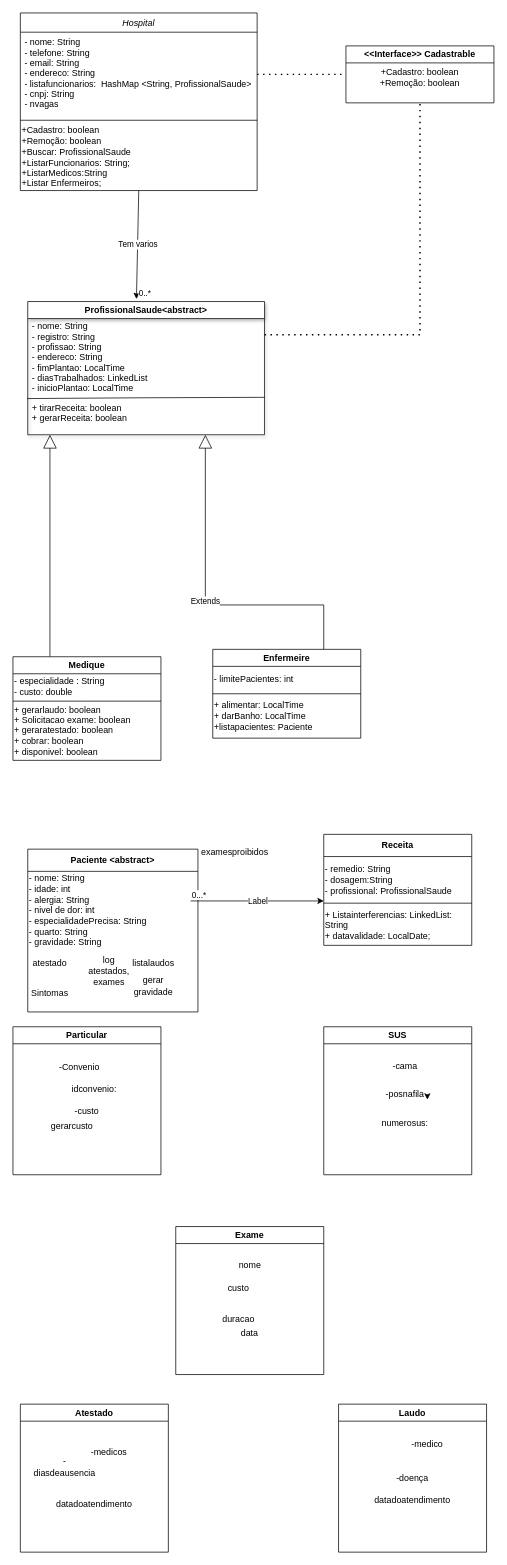
Above: Diagrama sem nome.drawio in Patricio-Andre/Trabalho-Final-MC322 (draw.io), before the change. Source tidied: cells renumbered, new cells numbered last; positions are measured from the earlier drawing's top-left corner, leaving out a move shared by most shapes. Both pictures are drawn from the tidied source at 74%, with x=0, y=0 at pixel (13, 13).
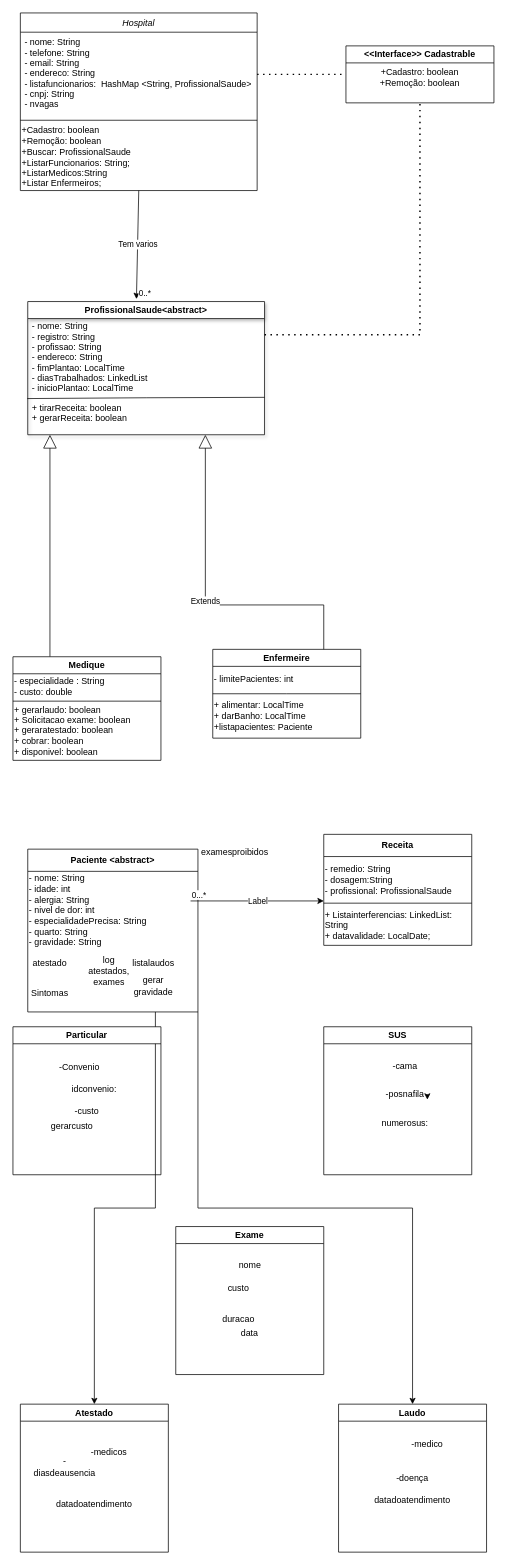
The same diagram, later.

The change refers to these unchanged cells:
```xml
<mxCell id="27" value="Paciente &amp;lt;abstract&amp;gt;" style="swimlane;whiteSpace=wrap;html=1;startSize=30;" parent="1" vertex="1">
  <mxGeometry x="20" y="1130" width="230" height="220" as="geometry" />
</mxCell>
<mxCell id="52" value="Atestado" style="swimlane;whiteSpace=wrap;html=1;" parent="1" vertex="1">
  <mxGeometry x="10" y="1880" width="200" height="200" as="geometry" />
</mxCell>
<mxCell id="56" value="Laudo" style="swimlane;whiteSpace=wrap;html=1;" parent="1" vertex="1">
  <mxGeometry x="440" y="1880" width="200" height="200" as="geometry" />
</mxCell>
```

Change to the diagram source:
```diff
@@
+    <mxCell id="65" style="edgeStyle=orthogonalEdgeStyle;rounded=0;jettySize=auto;html=1;exitX=1;exitY=1;exitDx=0;exitDy=0;" parent="1" edge="1" source="27" target="56">
+      <mxGeometry relative="1" as="geometry" />
+    </mxCell>
+    <mxCell id="66" style="edgeStyle=orthogonalEdgeStyle;rounded=0;jettySize=auto;html=1;exitX=0.75;exitY=1;exitDx=0;exitDy=0;" parent="1" edge="1" source="27" target="52">
+      <mxGeometry relative="1" as="geometry" />
+    </mxCell>
```
